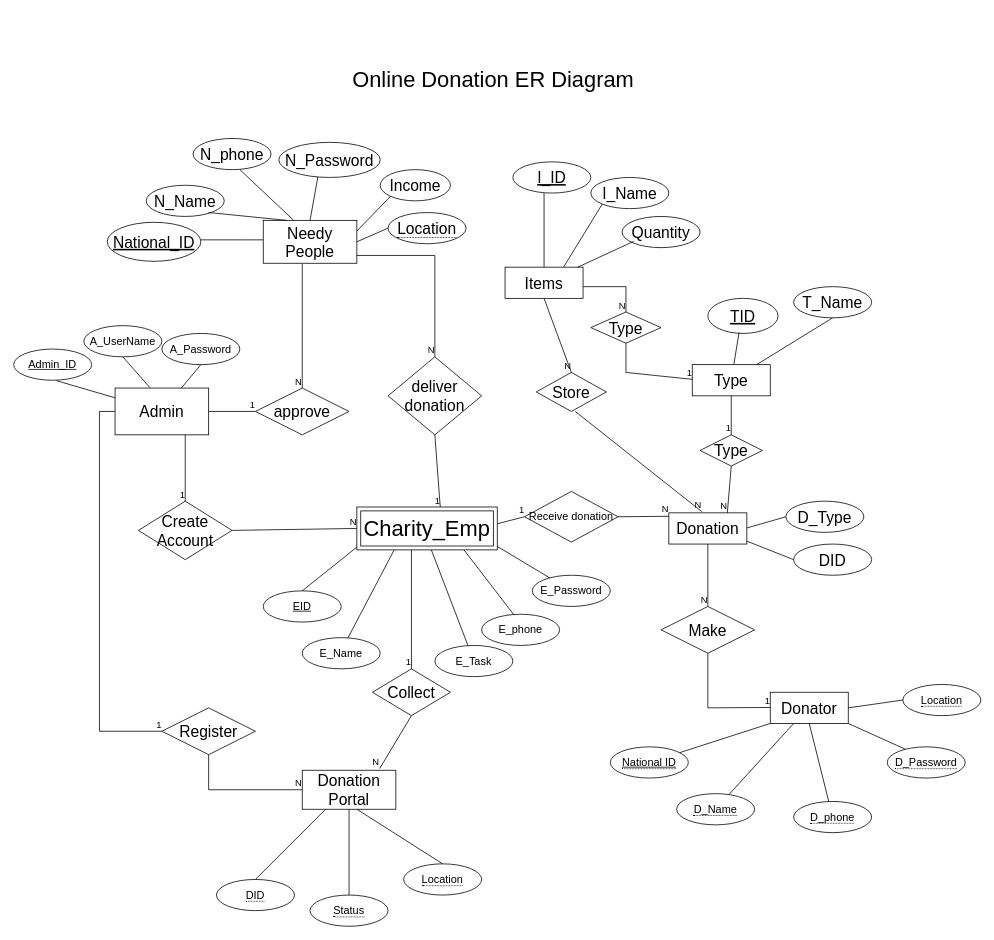
Above: Feb23-lab.drawio in the-coder-dude/dbms-er-diagram (draw.io), before the change. Source tidied: cells renumbered, new cells numbered last; positions are measured from the earlier drawing's top-left corner, leaving out a move shared by most shapes. Both pictures are drawn from the tidied source at 78%, with x=0, y=0 at pixel (13, 44).
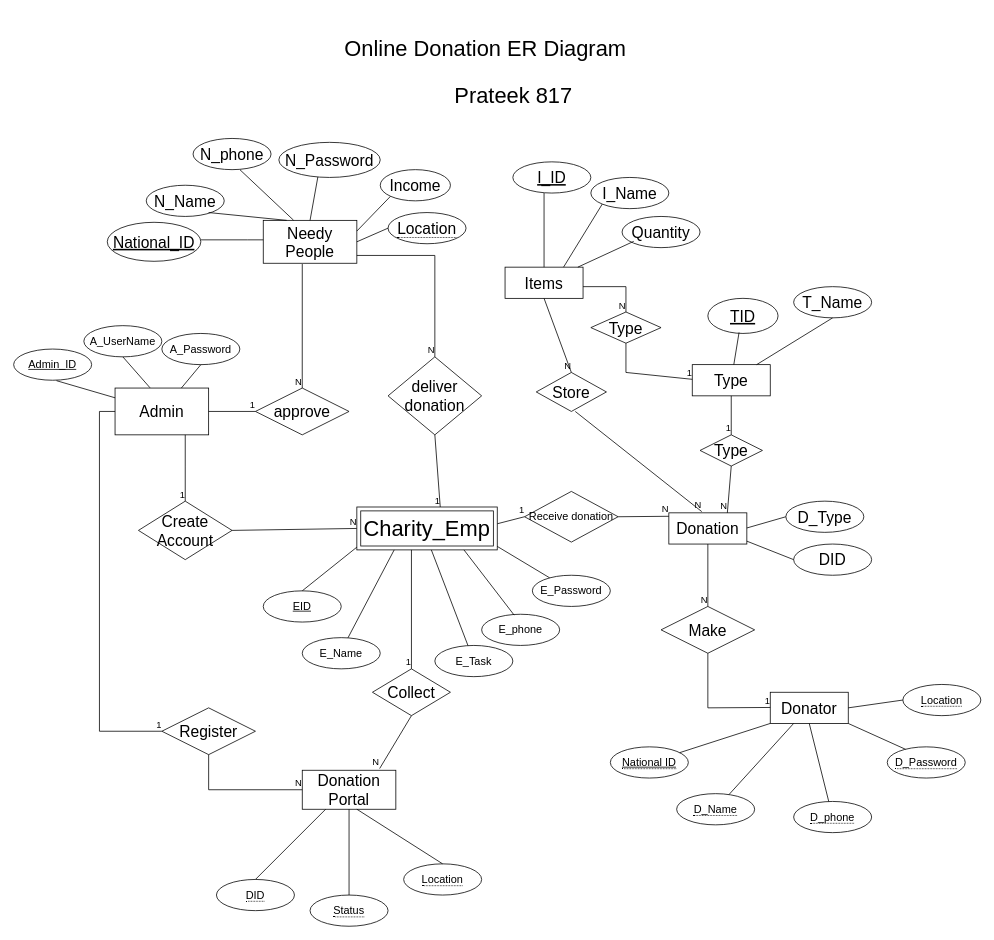
Above is the later version.

What changed in the source:
```diff
@@
     <mxCell id="117" value="Online Donation ER Diagram" style="text;html=1;strokeColor=none;fillColor=none;align=center;verticalAlign=middle;whiteSpace=wrap;rounded=0;fontSize=28;" parent="1" vertex="1">
-      <mxGeometry x="400" width="430" height="90" as="geometry" />
+      <mxGeometry x="390" y="-40" width="430" height="90" as="geometry" />
     </mxCell>
@@
+    <mxCell id="119" value="Prateek 817" style="text;html=1;strokeColor=none;fillColor=none;align=center;verticalAlign=middle;whiteSpace=wrap;rounded=0;fontSize=28;" parent="1" vertex="1">
+      <mxGeometry x="526" y="30" width="230" height="70" as="geometry" />
+    </mxCell>
```
